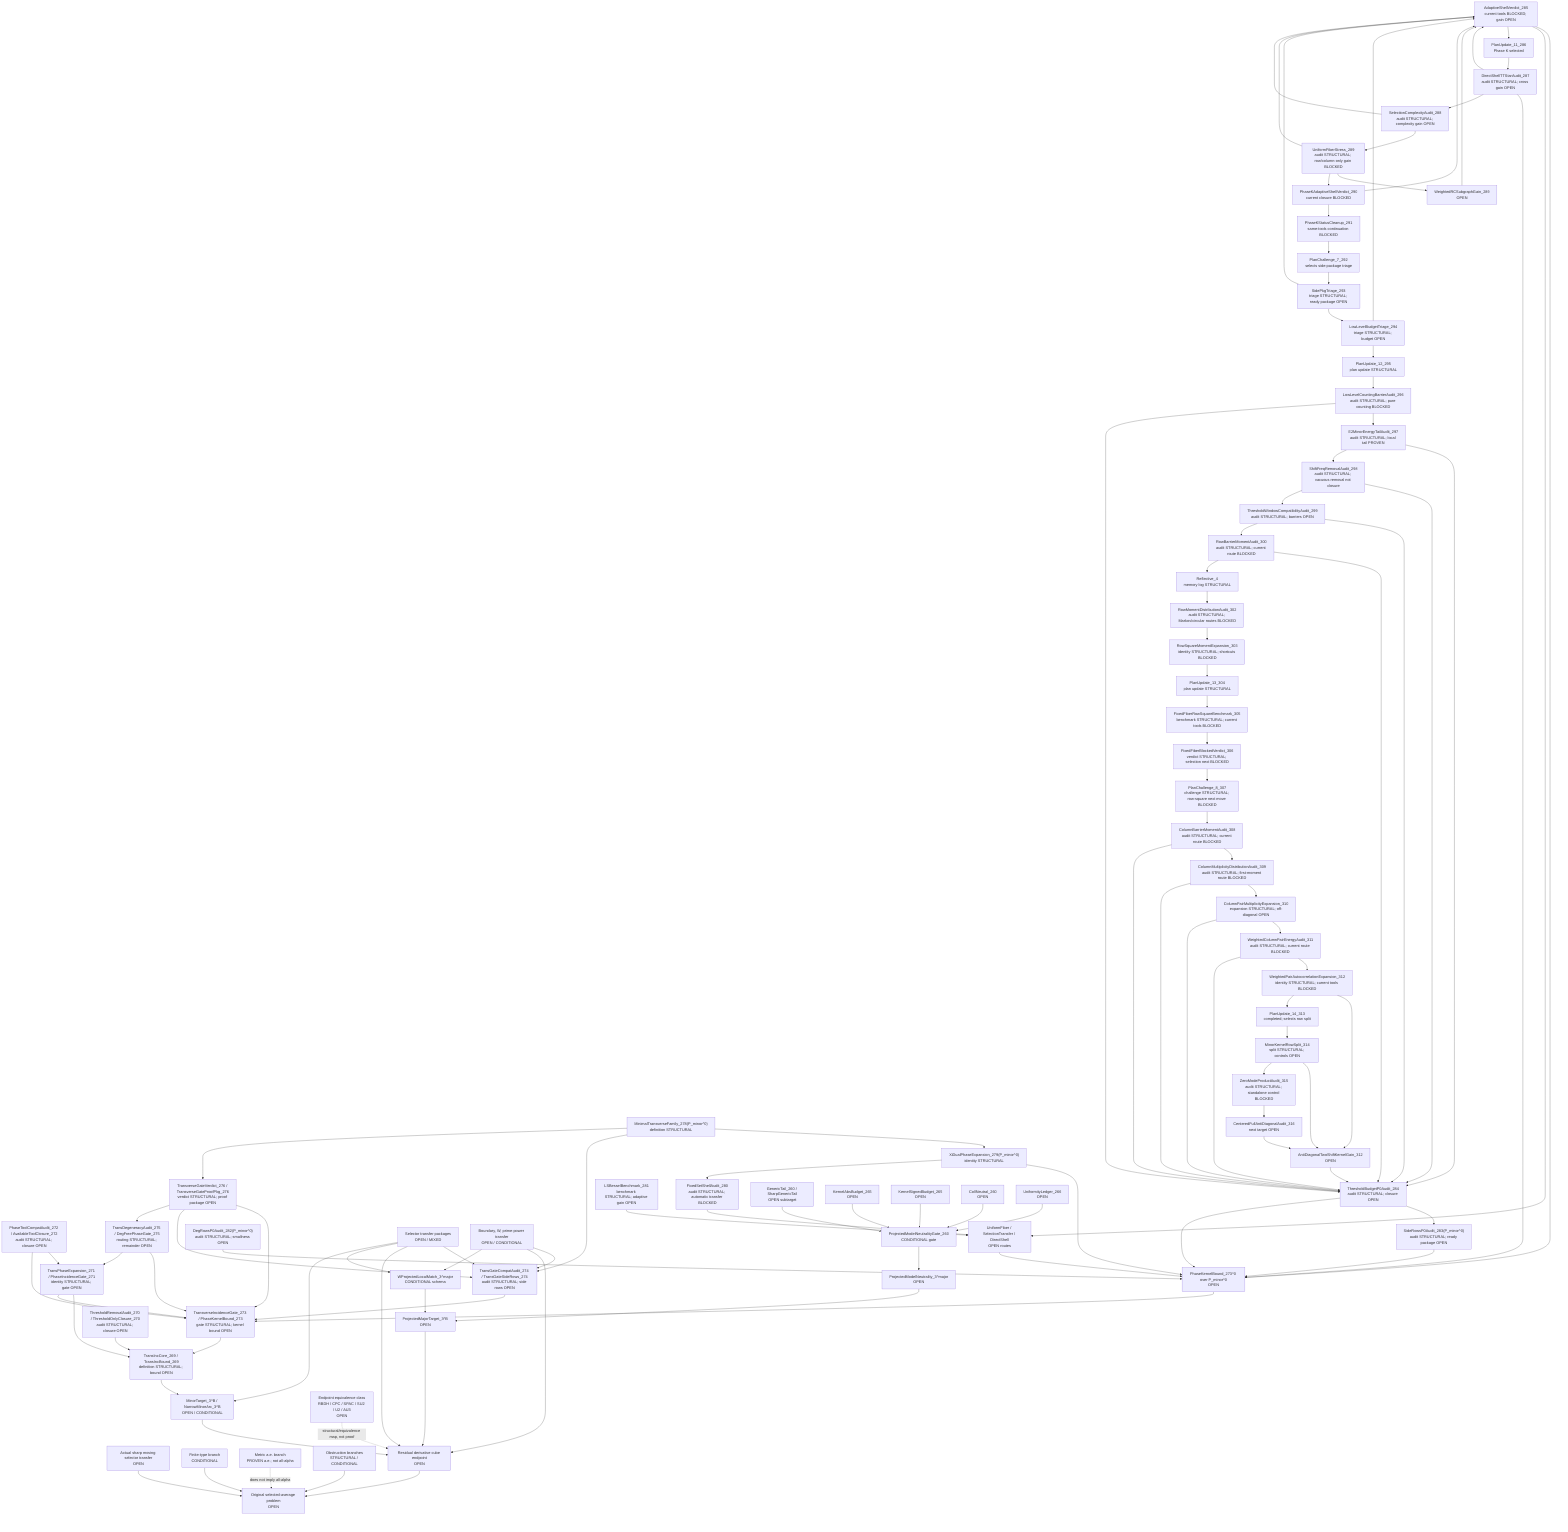
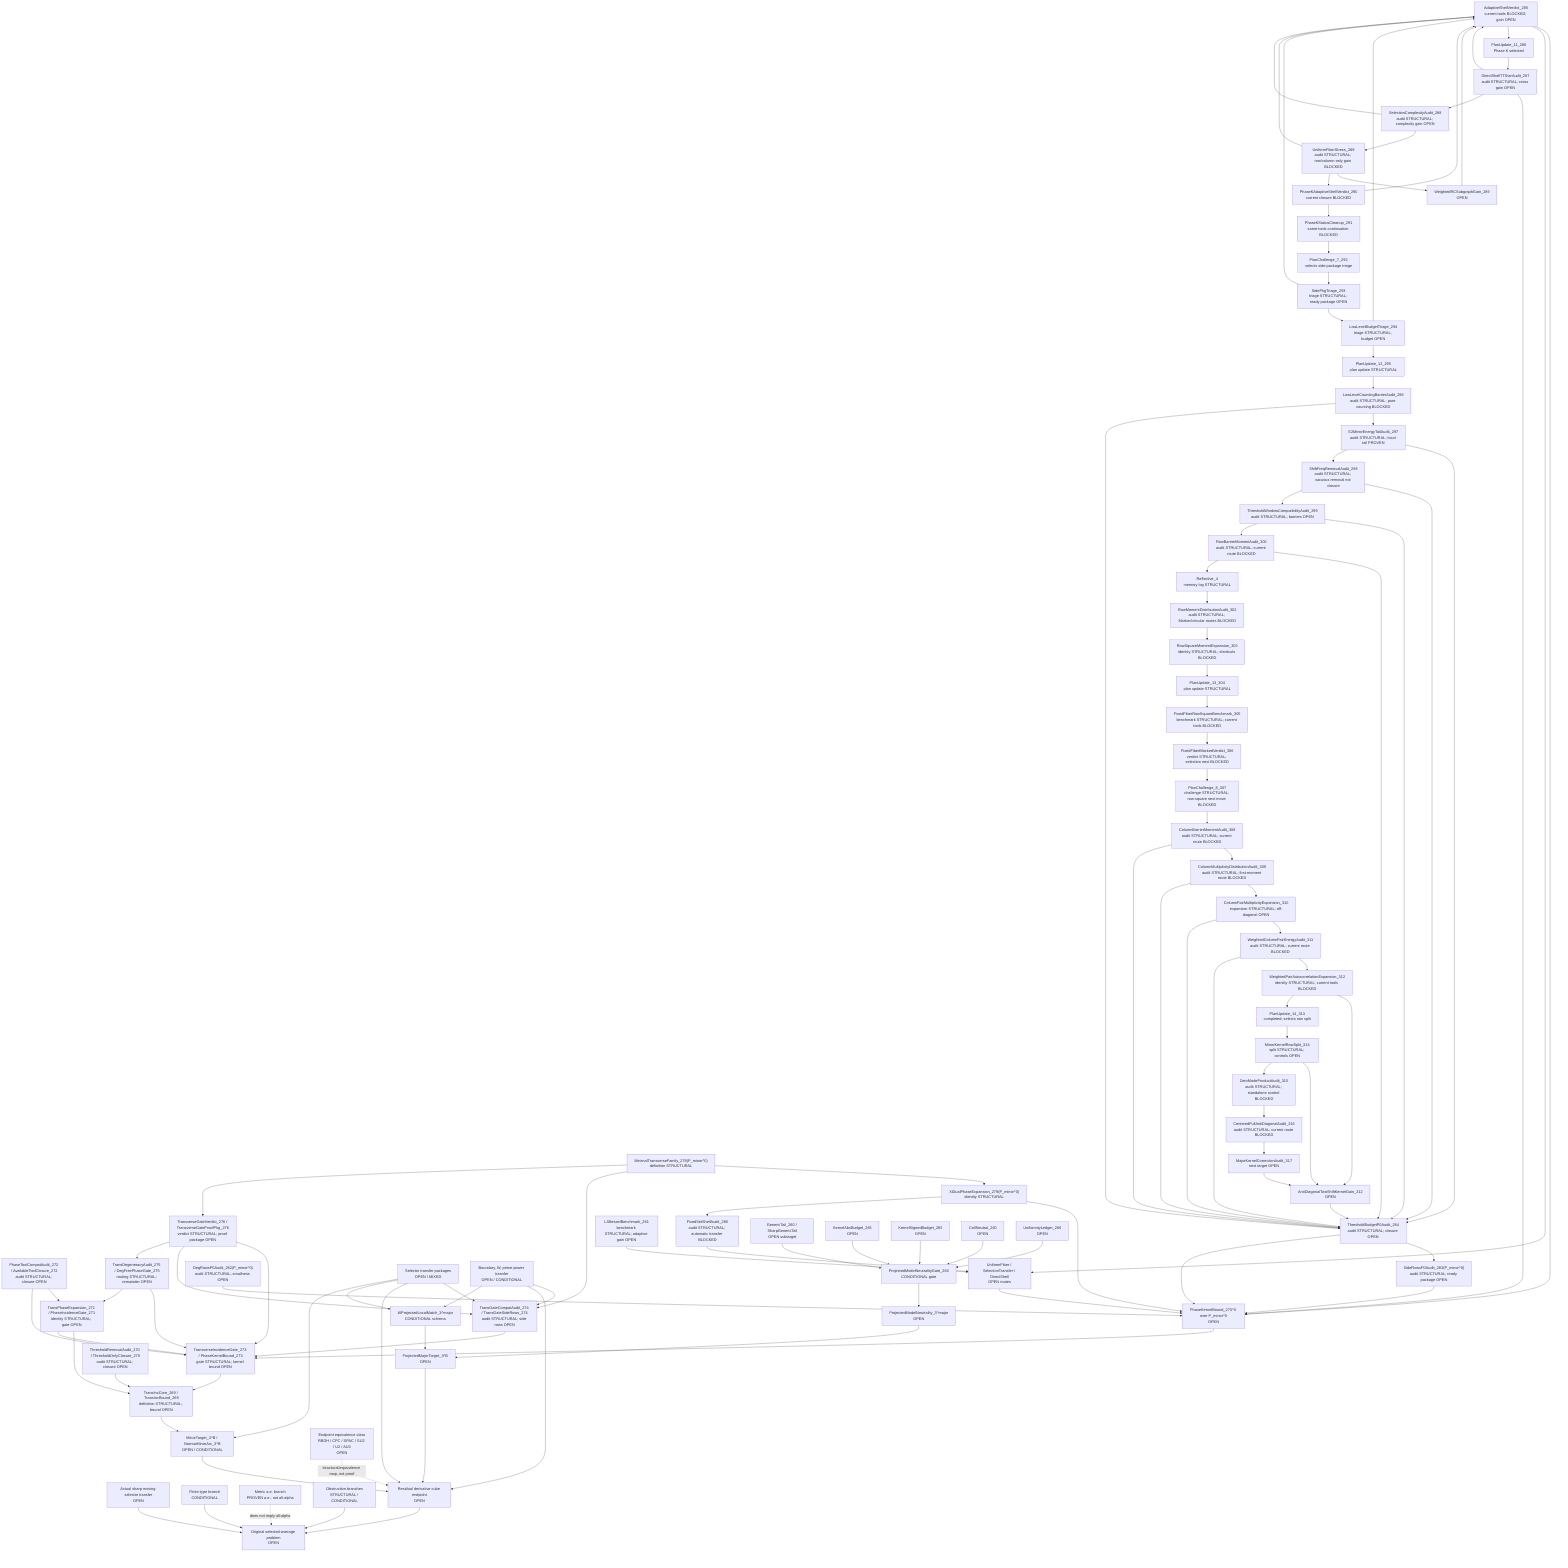
flowchart TD
  Original["Original selected-average problem<br/>OPEN"]
  SharpSel["Actual sharp moving selector transfer<br/>OPEN"]
  FiniteType["Finite-type branch<br/>CONDITIONAL"]
  Metric["Metric a.e. branch<br/>PROVEN a.e.; not all-alpha"]
  Obstruction["Obstruction branches<br/>STRUCTURAL / CONDITIONAL"]

  ResCube["Residual derivative cube endpoint<br/>OPEN"]
  MajorTarget["ProjectedMajorTarget_3^B<br/>OPEN"]
  MinorTarget["MinorTarget_3^B / NarrowMinorArc_3^B<br/>OPEN / CONDITIONAL"]
  TransInc["TransIncCore_269 / TransIncBound_269<br/>definition STRUCTURAL; bound OPEN"]
  ThresholdAudit["ThresholdRemovalAudit_270 / ThresholdOnlyClosure_270<br/>audit STRUCTURAL; closure OPEN"]
  PhaseExpansion["TransPhaseExpansion_271 / PhaseIncidenceGate_271<br/>identity STRUCTURAL; gate OPEN"]
  ToolCompat["PhaseToolCompatAudit_272 / AvailableToolClosure_272<br/>audit STRUCTURAL; closure OPEN"]
  TransGate["TransverseIncidenceGate_273 / PhaseKernelBound_273<br/>gate STRUCTURAL; kernel bound OPEN"]
  TransGateCompat["TransGateCompatAudit_274 / TransGateSideRows_274<br/>audit STRUCTURAL; side rows OPEN"]
  DegAudit["TransDegeneracyAudit_275 / DegFreePhaseGate_275<br/>routing STRUCTURAL; remainder OPEN"]
  TransVerdict["TransverseGateVerdict_276 / TransverseGateProofPkg_276<br/>verdict STRUCTURAL; proof package OPEN"]
  MinTransFamily["MinimalTransverseFamily_278(P_minor^0)<br/>definition STRUCTURAL"]
  XiExpansion["XiDualPhaseExpansion_279(P_minor^0)<br/>identity STRUCTURAL"]
  FixedShellAudit["FixedSetShellAudit_280<br/>audit STRUCTURAL; automatic transfer BLOCKED"]
  FixedShellTransfer["UniformFiber / SelectionTransfer / DirectShell<br/>OPEN routes"]
  LSBesselBench["LSBesselBenchmark_281<br/>benchmark STRUCTURAL; adaptive gain OPEN"]
  DegRowsP0["DegRowsP0Audit_282(P_minor^0)<br/>audit STRUCTURAL; smallness OPEN"]
  SideRowsP0["SideRowsP0Audit_283(P_minor^0)<br/>audit STRUCTURAL; ready package OPEN"]
  ThresholdP0["ThresholdBudgetP0Audit_284<br/>audit STRUCTURAL; closure OPEN"]
  AdaptiveShellP0["AdaptiveShellVerdict_285<br/>current tools BLOCKED; gain OPEN"]
  PlanUpdate11["PlanUpdate_11_286<br/>Phase K selected"]
  DirectTTStar["DirectShellTTStarAudit_287<br/>audit STRUCTURAL; cross gain OPEN"]
  SelectionComplexity["SelectionComplexityAudit_288<br/>audit STRUCTURAL; complexity gain OPEN"]
  UniformFiberStress["UniformFiberStress_289<br/>audit STRUCTURAL; row/column-only gain BLOCKED"]
  WeightedRCSubgraph["WeightedRCSubgraphGain_289<br/>OPEN"]
  AdaptiveVerdict290["PhaseKAdaptiveShellVerdict_290<br/>current closure BLOCKED"]
  PhaseKCleanup291["PhaseKStatusCleanup_291<br/>same-tools continuation BLOCKED"]
  PlanChallenge7["PlanChallenge_7_292<br/>selects side-package triage"]
  SidePkgTriage293["SidePkgTriage_293<br/>triage STRUCTURAL; ready package OPEN"]
  LowLevelTriage294["LowLevelBudgetTriage_294<br/>triage STRUCTURAL; budget OPEN"]
  PlanUpdate12["PlanUpdate_12_295<br/>plan update STRUCTURAL"]
  LowLevelBarrier296["LowLevelCountingBarrierAudit_296<br/>audit STRUCTURAL; pure counting BLOCKED"]
  E2Tail297["E2MinorEnergyTailAudit_297<br/>audit STRUCTURAL; local tail PROVEN"]
  ShiftFreq298["ShiftFreqRemovalAudit_298<br/>audit STRUCTURAL; vacuous removal not closure"]
  ThresholdWindow299["ThresholdWindowCompatibilityAudit_299<br/>audit STRUCTURAL; barriers OPEN"]
  RowBarrier300["RowBarrierMomentAudit_300<br/>audit STRUCTURAL; current route BLOCKED"]
  Reflective4["Reflective_4<br/>memory log STRUCTURAL"]
  RowMoment302["RowMomentDistributionAudit_302<br/>audit STRUCTURAL; Markov/circular routes BLOCKED"]
  RowSquare303["RowSquareMomentExpansion_303<br/>identity STRUCTURAL; shortcuts BLOCKED"]
  PlanUpdate13["PlanUpdate_13_304<br/>plan update STRUCTURAL"]
  FixedFiber305["FixedFiberRowSquareBenchmark_305<br/>benchmark STRUCTURAL; current tools BLOCKED"]
  FixedFiber306["FixedFiberBlockedVerdict_306<br/>verdict STRUCTURAL; selection next BLOCKED"]
  PlanChallenge8["PlanChallenge_8_307<br/>challenge STRUCTURAL; row-square next move BLOCKED"]
  ColumnBarrier308["ColumnBarrierMomentAudit_308<br/>audit STRUCTURAL; current route BLOCKED"]
  ColumnDist309["ColumnMultiplicityDistributionAudit_309<br/>audit STRUCTURAL; first-moment route BLOCKED"]
  ColumnPair310["ColumnPairMultiplicityExpansion_310<br/>expansion STRUCTURAL; off-diagonal OPEN"]
  WPair311["WeightedColumnPairEnergyAudit_311<br/>audit STRUCTURAL; current route BLOCKED"]
  AutoCorr312["WeightedPairAutocorrelationExpansion_312<br/>identity STRUCTURAL; current tools BLOCKED"]
  AntiDiag312["AntiDiagonalTwoShiftKernelGain_312<br/>OPEN"]
  PlanUpdate14["PlanUpdate_14_313<br/>completed; selects row split"]
  MinorKernel314["MinorKernelRowSplit_314<br/>split STRUCTURAL; controls OPEN"]
  ZeroAudit315["ZeroModeProductAudit_315<br/>audit STRUCTURAL; standalone control BLOCKED"]
-   CenteredFull316["CenteredFullAntiDiagonalAudit_316<br/>next target OPEN"]
+   CenteredFull316["CenteredFullAntiDiagonalAudit_316<br/>audit STRUCTURAL; current route BLOCKED"]
+   MajorCorr317["MajorKernelCorrectionAudit_317<br/>next target OPEN"]
  PhaseKernel0["PhaseKernelBound_273^0 over P_minor^0<br/>OPEN"]
  SelectorTransfer["Selector transfer packages<br/>OPEN / MIXED"]
  BoundaryTransfer["Boundary, W, prime-power transfer<br/>OPEN / CONDITIONAL"]

  WLocal["WProjectedLocalMatch_3^major<br/>CONDITIONAL schema"]
  ModelNeutral["ProjectedModelNeutrality_3^major<br/>OPEN"]
  PMNGate["ProjectedModelNeutralityGate_260<br/>CONDITIONAL gate"]
  GenericTail["GenericTail_260 / SharpGenericTail<br/>OPEN subtarget"]
  KernelAbs["KernelAbsBudget_265<br/>OPEN"]
  KernelSigned["KernelSignedBudget_265<br/>OPEN"]
  CollNeutral["CollNeutral_260<br/>OPEN"]
  Uniformity["UniformityLedger_266<br/>OPEN"]

  EndpointClass["Endpoint equivalence class<br/>RBDH / CPC / SPAC / SU2 / U2 / AU3<br/>OPEN"]

  SharpSel --> Original
  FiniteType --> Original
  Obstruction --> Original
  ResCube --> Original
  Metric -. "does not imply all-alpha" .-> Original

  MajorTarget --> ResCube
  MinorTarget --> ResCube
  TransInc --> MinorTarget
  ThresholdAudit --> TransInc
  PhaseExpansion --> TransInc
  ToolCompat --> PhaseExpansion
  TransGate --> TransInc
  PhaseExpansion --> TransGate
  ToolCompat --> TransGate
  TransGateCompat --> TransGate
  SelectorTransfer --> TransGateCompat
  BoundaryTransfer --> TransGateCompat
  DegAudit --> TransGate
  DegAudit --> PhaseExpansion
  TransVerdict --> TransGate
  TransVerdict --> TransGateCompat
  TransVerdict --> DegAudit
  PhaseKernel0 --> TransGate
  MinTransFamily --> XiExpansion
  XiExpansion --> PhaseKernel0
  XiExpansion --> FixedShellAudit
  FixedShellAudit --> FixedShellTransfer
  FixedShellTransfer --> PhaseKernel0
  LSBesselBench --> FixedShellTransfer
  DegRowsP0 --> PhaseKernel0
  SideRowsP0 --> PhaseKernel0
  ThresholdP0 --> SideRowsP0
  ThresholdP0 --> PhaseKernel0
  AdaptiveShellP0 --> PhaseKernel0
  AdaptiveShellP0 --> FixedShellTransfer
  AdaptiveShellP0 --> PlanUpdate11
  PlanUpdate11 --> DirectTTStar
  DirectTTStar --> AdaptiveShellP0
  DirectTTStar --> PhaseKernel0
  DirectTTStar --> SelectionComplexity
  SelectionComplexity --> UniformFiberStress
  SelectionComplexity --> AdaptiveShellP0
  UniformFiberStress --> WeightedRCSubgraph
  WeightedRCSubgraph --> AdaptiveShellP0
  UniformFiberStress --> AdaptiveVerdict290
  UniformFiberStress --> AdaptiveShellP0
  AdaptiveVerdict290 --> AdaptiveShellP0
  AdaptiveVerdict290 --> PhaseKCleanup291
  PhaseKCleanup291 --> PlanChallenge7
  PlanChallenge7 --> SidePkgTriage293
  SidePkgTriage293 --> LowLevelTriage294
  SidePkgTriage293 --> AdaptiveShellP0
  LowLevelTriage294 --> AdaptiveShellP0
  LowLevelTriage294 --> PlanUpdate12
  PlanUpdate12 --> LowLevelBarrier296
  LowLevelBarrier296 --> E2Tail297
  LowLevelBarrier296 --> ThresholdP0
  E2Tail297 --> ThresholdP0
  E2Tail297 --> ShiftFreq298
  ShiftFreq298 --> ThresholdP0
  ShiftFreq298 --> ThresholdWindow299
  ThresholdWindow299 --> ThresholdP0
  ThresholdWindow299 --> RowBarrier300
  RowBarrier300 --> ThresholdP0
  RowBarrier300 --> Reflective4
  Reflective4 --> RowMoment302
  RowMoment302 --> RowSquare303
  RowSquare303 --> PlanUpdate13
  PlanUpdate13 --> FixedFiber305
  FixedFiber305 --> FixedFiber306
  FixedFiber306 --> PlanChallenge8
  PlanChallenge8 --> ColumnBarrier308
  ColumnBarrier308 --> ColumnDist309
  ColumnDist309 --> ColumnPair310
  ColumnPair310 --> WPair311
  WPair311 --> AutoCorr312
  AutoCorr312 --> AntiDiag312
  AntiDiag312 --> ThresholdP0
  AutoCorr312 --> PlanUpdate14
  PlanUpdate14 --> MinorKernel314
  MinorKernel314 --> AntiDiag312
  MinorKernel314 --> ZeroAudit315
  ZeroAudit315 --> CenteredFull316
-   CenteredFull316 --> AntiDiag312
+   CenteredFull316 --> MajorCorr317
+   MajorCorr317 --> AntiDiag312
  WPair311 --> ThresholdP0
  ColumnPair310 --> ThresholdP0
  ColumnDist309 --> ThresholdP0
  ColumnBarrier308 --> ThresholdP0
  MinTransFamily --> TransGateCompat
  MinTransFamily --> TransVerdict
  SelectorTransfer --> ResCube
  BoundaryTransfer --> ResCube
  EndpointClass -. "structural/equivalence map, not proof" .-> ResCube

  WLocal --> MajorTarget
  ModelNeutral --> MajorTarget

  PMNGate --> ModelNeutral
  GenericTail --> PMNGate
  KernelAbs --> PMNGate
  KernelSigned --> PMNGate
  CollNeutral --> PMNGate
  Uniformity --> PMNGate

  BoundaryTransfer --> WLocal
  SelectorTransfer --> WLocal
  SelectorTransfer --> MinorTarget
